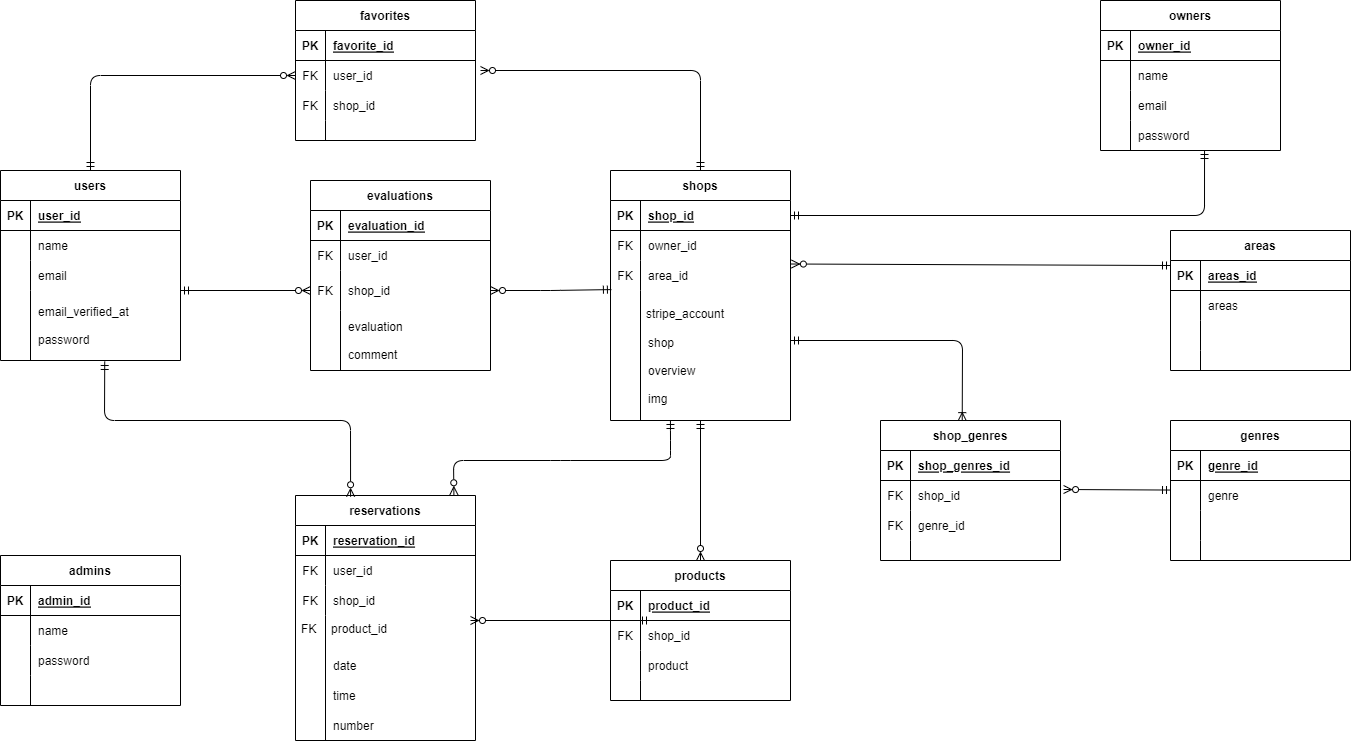
Above: reservation/reservation.drawio.png in nakagawa1573/images (draw.io), before the change. Source tidied: cells renumbered, new cells last; positions are measured from the earlier drawing's top-left corner, leaving out a move shared by most shapes.
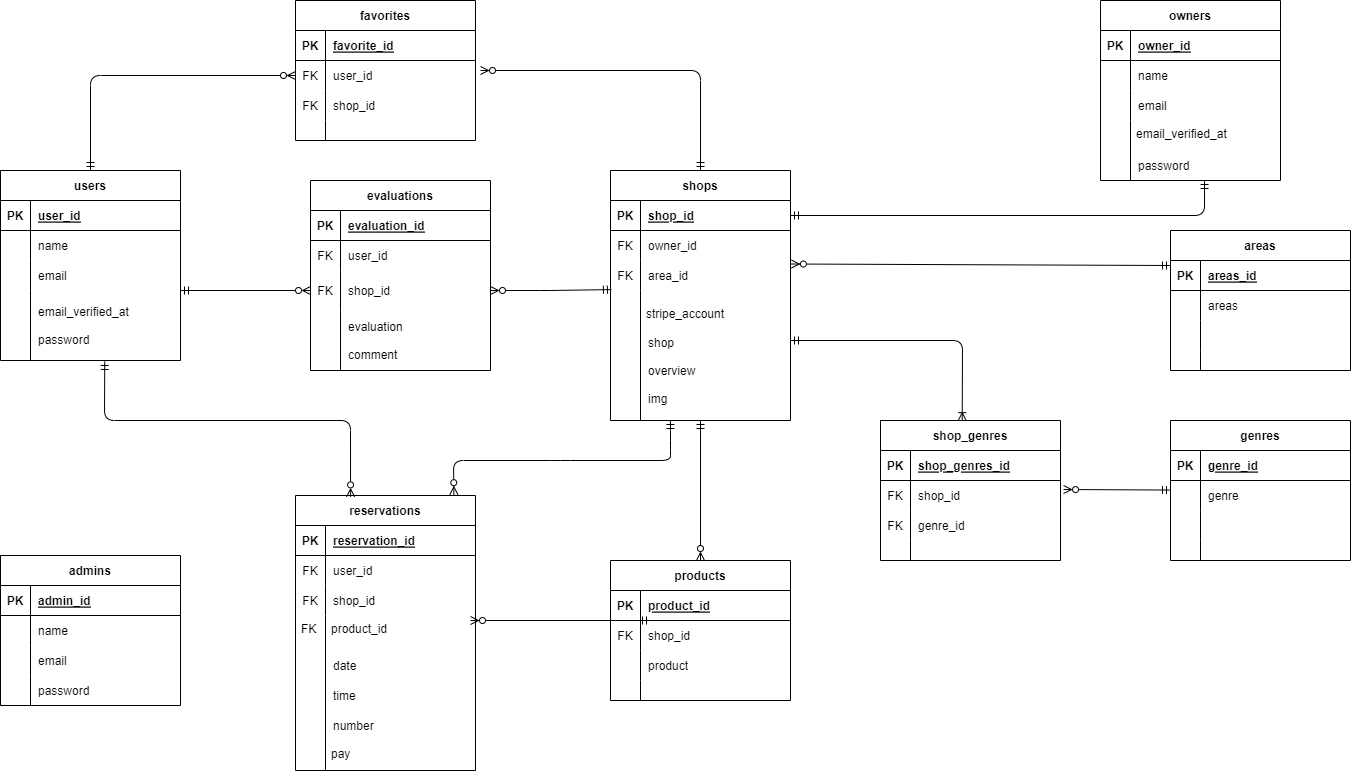
After the change.

The edit, as a diff of the source:
```diff
@@ -117,7 +117,7 @@
       <mxGeometry x="640" y="320" width="150" height="100" as="geometry" />
     </mxCell>
     <mxCell id="33" value="reservations" style="shape=table;startSize=30;rowLines=0;fontStyle=1;align=center;" parent="1" vertex="1">
-      <mxGeometry x="295" y="495" width="180" height="245" as="geometry" />
+      <mxGeometry x="295" y="495" width="180" height="275" as="geometry" />
     </mxCell>
     <mxCell id="34" style="shape=tableRow;horizontal=0;startSize=0;swimlaneHead=0;swimlaneBody=0;fillColor=none;top=0;left=0;right=0;bottom=1;" parent="33" vertex="1">
       <mxGeometry y="30" width="180" height="30" as="geometry" />
@@ -147,13 +147,13 @@
       <mxGeometry x="30" width="150" height="30" as="geometry" />
     </mxCell>
     <mxCell id="43" style="shape=tableRow;horizontal=0;startSize=0;swimlaneHead=0;swimlaneBody=0;fillColor=none;top=0;left=0;right=0;bottom=0;" parent="33" vertex="1">
-      <mxGeometry y="120" width="180" height="125" as="geometry" />
+      <mxGeometry y="120" width="180" height="155" as="geometry" />
     </mxCell>
     <mxCell id="44" style="shape=partialRectangle;fillColor=none;top=0;left=0;bottom=0;right=0;overflow=hidden;" parent="43" vertex="1">
-      <mxGeometry width="30" height="125" as="geometry" />
+      <mxGeometry width="30" height="155" as="geometry" />
     </mxCell>
     <mxCell id="45" style="shape=partialRectangle;fillColor=none;top=0;left=0;bottom=0;right=0;align=left;spacingLeft=6;overflow=hidden;" parent="43" vertex="1">
-      <mxGeometry x="30" width="150" height="125" as="geometry" />
+      <mxGeometry x="30" width="150" height="155" as="geometry" />
     </mxCell>
     <mxCell id="46" value="date" style="shape=partialRectangle;fillColor=none;top=0;left=0;bottom=0;right=0;align=left;spacingLeft=6;overflow=hidden;" parent="1" vertex="1">
       <mxGeometry x="325" y="650" width="150" height="30" as="geometry" />
@@ -406,8 +406,17 @@
     <mxCell id="125" value="name" style="shape=partialRectangle;fillColor=none;top=0;left=0;bottom=0;right=0;align=left;spacingLeft=6;overflow=hidden;" parent="123" vertex="1">
       <mxGeometry x="30" width="150" height="30" as="geometry" />
     </mxCell>
+    <mxCell id="129" style="shape=tableRow;horizontal=0;startSize=0;swimlaneHead=0;swimlaneBody=0;fillColor=none;top=0;left=0;right=0;bottom=0;" parent="119" vertex="1">
+      <mxGeometry y="90" width="180" height="30" as="geometry" />
+    </mxCell>
+    <mxCell id="130" style="shape=partialRectangle;fillColor=none;top=0;left=0;bottom=0;right=0;overflow=hidden;" parent="129" vertex="1">
+      <mxGeometry width="30" height="30" as="geometry" />
+    </mxCell>
+    <mxCell id="131" style="shape=partialRectangle;fillColor=none;top=0;left=0;bottom=0;right=0;align=left;spacingLeft=6;overflow=hidden;" parent="129" vertex="1">
+      <mxGeometry x="30" width="150" height="30" as="geometry" />
+    </mxCell>
     <mxCell id="126" style="shape=tableRow;horizontal=0;startSize=0;swimlaneHead=0;swimlaneBody=0;fillColor=none;top=0;left=0;right=0;bottom=0;" parent="119" vertex="1">
-      <mxGeometry y="90" width="180" height="30" as="geometry" />
+      <mxGeometry y="120" width="180" height="30" as="geometry" />
     </mxCell>
     <mxCell id="127" style="shape=partialRectangle;fillColor=none;top=0;left=0;bottom=0;right=0;overflow=hidden;" parent="126" vertex="1">
       <mxGeometry width="30" height="30" as="geometry" />
@@ -415,17 +424,8 @@
     <mxCell id="128" value="password" style="shape=partialRectangle;fillColor=none;top=0;left=0;bottom=0;right=0;align=left;spacingLeft=6;overflow=hidden;" parent="126" vertex="1">
       <mxGeometry x="30" width="150" height="30" as="geometry" />
     </mxCell>
-    <mxCell id="129" style="shape=tableRow;horizontal=0;startSize=0;swimlaneHead=0;swimlaneBody=0;fillColor=none;top=0;left=0;right=0;bottom=0;" parent="119" vertex="1">
-      <mxGeometry y="120" width="180" height="30" as="geometry" />
-    </mxCell>
-    <mxCell id="130" style="shape=partialRectangle;fillColor=none;top=0;left=0;bottom=0;right=0;overflow=hidden;" parent="129" vertex="1">
-      <mxGeometry width="30" height="30" as="geometry" />
-    </mxCell>
-    <mxCell id="131" style="shape=partialRectangle;fillColor=none;top=0;left=0;bottom=0;right=0;align=left;spacingLeft=6;overflow=hidden;" parent="129" vertex="1">
-      <mxGeometry x="30" width="150" height="30" as="geometry" />
-    </mxCell>
     <mxCell id="132" value="owners" style="shape=table;startSize=30;rowLines=0;fontStyle=1;align=center;" parent="1" vertex="1">
-      <mxGeometry x="1100" width="180" height="150" as="geometry" />
+      <mxGeometry x="1100" width="180" height="180" as="geometry" />
     </mxCell>
     <mxCell id="133" style="shape=tableRow;horizontal=0;startSize=0;swimlaneHead=0;swimlaneBody=0;fillColor=none;top=0;left=0;right=0;bottom=1;" parent="132" vertex="1">
       <mxGeometry y="30" width="180" height="30" as="geometry" />
@@ -455,13 +455,13 @@
       <mxGeometry x="30" width="150" height="30" as="geometry" />
     </mxCell>
     <mxCell id="142" style="shape=tableRow;horizontal=0;startSize=0;swimlaneHead=0;swimlaneBody=0;fillColor=none;points=[[0,0.5],[1,0.5]];portConstraint=eastwest;top=0;left=0;right=0;bottom=0;" parent="132" vertex="1">
-      <mxGeometry y="120" width="180" height="30" as="geometry" />
+      <mxGeometry y="120" width="180" height="60" as="geometry" />
     </mxCell>
     <mxCell id="143" style="shape=partialRectangle;fillColor=none;top=0;left=0;bottom=0;right=0;overflow=hidden;" parent="142" vertex="1">
-      <mxGeometry width="30" height="30" as="geometry" />
+      <mxGeometry width="30" height="60" as="geometry" />
     </mxCell>
-    <mxCell id="144" value="password" style="shape=partialRectangle;fillColor=none;top=0;left=0;bottom=0;right=0;align=left;spacingLeft=6;overflow=hidden;" parent="142" vertex="1">
-      <mxGeometry x="30" width="150" height="30" as="geometry" />
+    <mxCell id="144" style="shape=partialRectangle;fillColor=none;top=0;left=0;bottom=0;right=0;align=left;spacingLeft=6;overflow=hidden;" parent="142" vertex="1">
+      <mxGeometry x="30" width="150" height="60" as="geometry" />
     </mxCell>
     <mxCell id="145" style="fontSize=12;html=1;endArrow=ERmandOne;startArrow=ERmandOne;exitX=1;exitY=0.5;exitDx=0;exitDy=0;entryX=0.578;entryY=1;entryDx=0;entryDy=0;entryPerimeter=0;" parent="1" edge="1" source="20" target="142">
       <mxGeometry relative="1" as="geometry">
@@ -527,5 +527,17 @@
     <mxCell id="163" value="stripe_account" style="text;strokeColor=none;fillColor=none;spacingLeft=4;spacingRight=4;overflow=hidden;fontSize=12;" parent="1" vertex="1">
       <mxGeometry x="640" y="300" width="150" height="30" as="geometry" />
     </mxCell>
+    <mxCell id="164" value="pay" style="text;strokeColor=none;fillColor=none;spacingLeft=4;spacingRight=4;overflow=hidden;fontSize=12;" parent="1" vertex="1">
+      <mxGeometry x="325" y="740" width="145" height="30" as="geometry" />
+    </mxCell>
+    <mxCell id="165" value="email" style="shape=partialRectangle;fillColor=none;top=0;left=0;bottom=0;right=0;align=left;spacingLeft=6;overflow=hidden;" parent="1" vertex="1">
+      <mxGeometry x="30" y="645" width="150" height="30" as="geometry" />
+    </mxCell>
+    <mxCell id="166" value="password" style="shape=partialRectangle;fillColor=none;top=0;left=0;bottom=0;right=0;align=left;spacingLeft=6;overflow=hidden;" parent="1" vertex="1">
+      <mxGeometry x="1130" y="150" width="150" height="30" as="geometry" />
+    </mxCell>
+    <mxCell id="167" value="email_verified_at" style="text;strokeColor=none;fillColor=none;spacingLeft=4;spacingRight=4;overflow=hidden;fontSize=12;" parent="1" vertex="1">
+      <mxGeometry x="1130" y="120" width="150" height="30" as="geometry" />
+    </mxCell>
   </root>
 </mxGraphModel>
```
